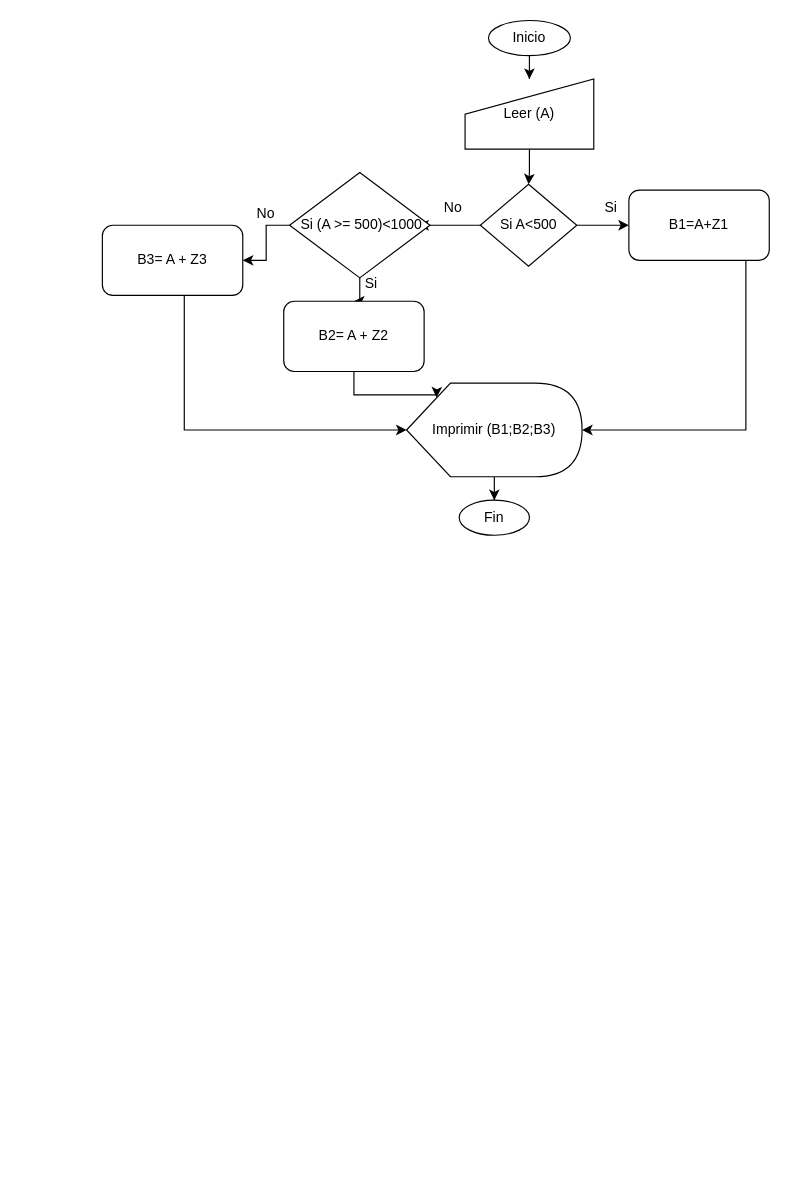
The draw.io diagram Untitled Diagram.drawio in SabriHinojosa/Intro-Progr, before the edit. Source tidied: cells renumbered, new cells numbered last; positions are measured from the earlier drawing's top-left corner, leaving out a move shared by most shapes. Both pictures are drawn from the tidied source at 117%, with x=0, y=0 at pixel (102, 20).
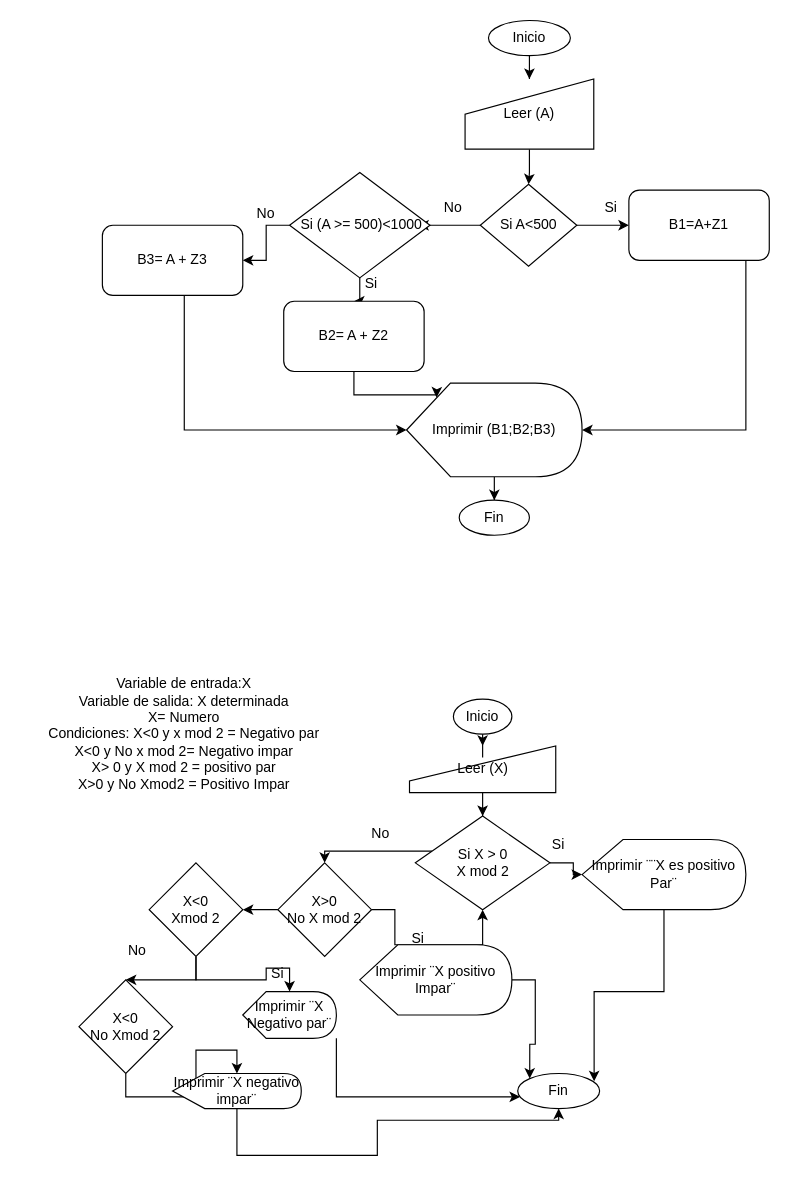
After the change.

Change to the diagram source:
```diff
@@
+    <mxCell id="25" style="edgeStyle=orthogonalEdgeStyle;rounded=0;jettySize=auto;html=1;" parent="1" edge="1" source="26" target="28">
+      <mxGeometry relative="1" as="geometry" />
+    </mxCell>
+    <mxCell id="26" value="Inicio" style="ellipse;whiteSpace=wrap;html=1;" parent="1" vertex="1">
+      <mxGeometry x="300" y="580" width="50" height="30" as="geometry" />
+    </mxCell>
+    <mxCell id="27" style="edgeStyle=orthogonalEdgeStyle;rounded=0;jettySize=auto;html=1;" parent="1" edge="1" source="28" target="32">
+      <mxGeometry relative="1" as="geometry" />
+    </mxCell>
+    <mxCell id="28" value="Leer (X)" style="shape=manualInput;whiteSpace=wrap;html=1;" parent="1" vertex="1">
+      <mxGeometry x="262.5" y="620" width="125" height="40" as="geometry" />
+    </mxCell>
+    <mxCell id="29" value="Variable de entrada:X&lt;br&gt;Variable de salida: X determinada&lt;br&gt;X= Numero&lt;br&gt;Condiciones: X&amp;lt;0 y x mod 2 = Negativo par&lt;br&gt;X&amp;lt;0 y No x mod 2= Negativo impar&lt;br&gt;X&amp;gt; 0 y X mod 2 = positivo par&lt;br&gt;X&amp;gt;0 y No Xmod2 = Positivo Impar" style="text;html=1;strokeColor=none;fillColor=none;align=center;verticalAlign=middle;whiteSpace=wrap;rounded=0;" parent="1" vertex="1">
+      <mxGeometry x="-70" y="560" width="280" height="100" as="geometry" />
+    </mxCell>
+    <mxCell id="30" style="edgeStyle=orthogonalEdgeStyle;rounded=0;jettySize=auto;html=1;" parent="1" edge="1" source="32" target="35">
+      <mxGeometry relative="1" as="geometry" />
+    </mxCell>
+    <mxCell id="31" style="edgeStyle=orthogonalEdgeStyle;rounded=0;jettySize=auto;html=1;" parent="1" edge="1" source="32" target="38">
+      <mxGeometry relative="1" as="geometry">
+        <Array as="points">
+          <mxPoint x="220" y="710" />
+          <mxPoint x="220" y="710" />
+        </Array>
+      </mxGeometry>
+    </mxCell>
+    <mxCell id="32" value="Si X &amp;gt; 0&lt;br&gt;X mod 2" style="rhombus;whiteSpace=wrap;html=1;" parent="1" vertex="1">
+      <mxGeometry x="267.5" y="680" width="115" height="80" as="geometry" />
+    </mxCell>
+    <mxCell id="33" value="Si" style="text;html=1;strokeColor=none;fillColor=none;align=center;verticalAlign=middle;whiteSpace=wrap;rounded=0;" parent="1" vertex="1">
+      <mxGeometry x="360" y="690" width="60" height="30" as="geometry" />
+    </mxCell>
+    <mxCell id="34" style="edgeStyle=orthogonalEdgeStyle;rounded=0;jettySize=auto;html=1;entryX=0.933;entryY=0.222;entryDx=0;entryDy=0;entryPerimeter=0;" parent="1" edge="1" source="35" target="54">
+      <mxGeometry relative="1" as="geometry" />
+    </mxCell>
+    <mxCell id="35" value="Imprimir ¨¨X es positivo Par¨" style="shape=display;whiteSpace=wrap;html=1;" parent="1" vertex="1">
+      <mxGeometry x="410" y="700" width="140" height="60" as="geometry" />
+    </mxCell>
+    <mxCell id="36" style="edgeStyle=orthogonalEdgeStyle;rounded=0;jettySize=auto;html=1;" parent="1" edge="1" source="38" target="32">
+      <mxGeometry relative="1" as="geometry">
+        <Array as="points">
+          <mxPoint x="250" y="760" />
+          <mxPoint x="250" y="790" />
+          <mxPoint x="325" y="790" />
+        </Array>
+      </mxGeometry>
+    </mxCell>
+    <mxCell id="37" style="edgeStyle=orthogonalEdgeStyle;rounded=0;jettySize=auto;html=1;" parent="1" edge="1" source="38" target="43">
+      <mxGeometry relative="1" as="geometry" />
+    </mxCell>
+    <mxCell id="38" value="X&amp;gt;0&lt;br&gt;No X mod 2" style="rhombus;whiteSpace=wrap;html=1;" parent="1" vertex="1">
+      <mxGeometry x="150" y="720" width="80" height="80" as="geometry" />
+    </mxCell>
+    <mxCell id="39" style="edgeStyle=orthogonalEdgeStyle;rounded=0;jettySize=auto;html=1;entryX=0;entryY=0;entryDx=0;entryDy=0;" parent="1" edge="1" source="40" target="54">
+      <mxGeometry relative="1" as="geometry" />
+    </mxCell>
+    <mxCell id="40" value="Imprimir ¨X positivo Impar¨" style="shape=display;whiteSpace=wrap;html=1;" parent="1" vertex="1">
+      <mxGeometry x="220" y="790" width="130" height="60" as="geometry" />
+    </mxCell>
+    <mxCell id="41" style="edgeStyle=orthogonalEdgeStyle;rounded=0;jettySize=auto;html=1;" parent="1" edge="1" source="43" target="49">
+      <mxGeometry relative="1" as="geometry" />
+    </mxCell>
+    <mxCell id="42" style="edgeStyle=orthogonalEdgeStyle;rounded=0;jettySize=auto;html=1;" parent="1" edge="1" source="43" target="47">
+      <mxGeometry relative="1" as="geometry" />
+    </mxCell>
+    <mxCell id="43" value="X&amp;lt;0&lt;br&gt;Xmod 2" style="rhombus;whiteSpace=wrap;html=1;" parent="1" vertex="1">
+      <mxGeometry x="40" y="720" width="80" height="80" as="geometry" />
+    </mxCell>
+    <mxCell id="44" value="No" style="text;html=1;strokeColor=none;fillColor=none;align=center;verticalAlign=middle;whiteSpace=wrap;rounded=0;" parent="1" vertex="1">
+      <mxGeometry x="208" y="680" width="60" height="30" as="geometry" />
+    </mxCell>
+    <mxCell id="45" value="Si" style="text;html=1;strokeColor=none;fillColor=none;align=center;verticalAlign=middle;whiteSpace=wrap;rounded=0;" parent="1" vertex="1">
+      <mxGeometry x="240" y="770" width="60" height="30" as="geometry" />
+    </mxCell>
+    <mxCell id="46" style="edgeStyle=orthogonalEdgeStyle;rounded=0;jettySize=auto;html=1;" parent="1" edge="1" source="47" target="54">
+      <mxGeometry relative="1" as="geometry">
+        <Array as="points">
+          <mxPoint x="200" y="920" />
+        </Array>
+      </mxGeometry>
+    </mxCell>
+    <mxCell id="47" value="Imprimir ¨X Negativo par¨" style="shape=display;whiteSpace=wrap;html=1;" parent="1" vertex="1">
+      <mxGeometry x="120" y="830" width="80" height="40" as="geometry" />
+    </mxCell>
+    <mxCell id="48" style="edgeStyle=orthogonalEdgeStyle;rounded=0;jettySize=auto;html=1;" parent="1" edge="1" source="49" target="53">
+      <mxGeometry relative="1" as="geometry" />
+    </mxCell>
+    <mxCell id="49" value="X&amp;lt;0&lt;br&gt;No Xmod 2" style="rhombus;whiteSpace=wrap;html=1;" parent="1" vertex="1">
+      <mxGeometry x="-20" y="820" width="80" height="80" as="geometry" />
+    </mxCell>
+    <mxCell id="50" value="No" style="text;html=1;strokeColor=none;fillColor=none;align=center;verticalAlign=middle;whiteSpace=wrap;rounded=0;" parent="1" vertex="1">
+      <mxGeometry y="780" width="60" height="30" as="geometry" />
+    </mxCell>
+    <mxCell id="51" value="Si" style="text;html=1;strokeColor=none;fillColor=none;align=center;verticalAlign=middle;whiteSpace=wrap;rounded=0;" parent="1" vertex="1">
+      <mxGeometry x="120" y="800" width="60" height="30" as="geometry" />
+    </mxCell>
+    <mxCell id="52" style="edgeStyle=orthogonalEdgeStyle;rounded=0;jettySize=auto;html=1;" parent="1" edge="1" source="53" target="54">
+      <mxGeometry relative="1" as="geometry">
+        <Array as="points">
+          <mxPoint x="115" y="970" />
+          <mxPoint x="235" y="970" />
+          <mxPoint x="235" y="940" />
+        </Array>
+      </mxGeometry>
+    </mxCell>
+    <mxCell id="53" value="Imprimir ¨X negativo impar¨" style="shape=display;whiteSpace=wrap;html=1;" parent="1" vertex="1">
+      <mxGeometry x="60" y="900" width="110" height="30" as="geometry" />
+    </mxCell>
+    <mxCell id="54" value="Fin" style="ellipse;whiteSpace=wrap;html=1;" parent="1" vertex="1">
+      <mxGeometry x="355" y="900" width="70" height="30" as="geometry" />
+    </mxCell>
```
